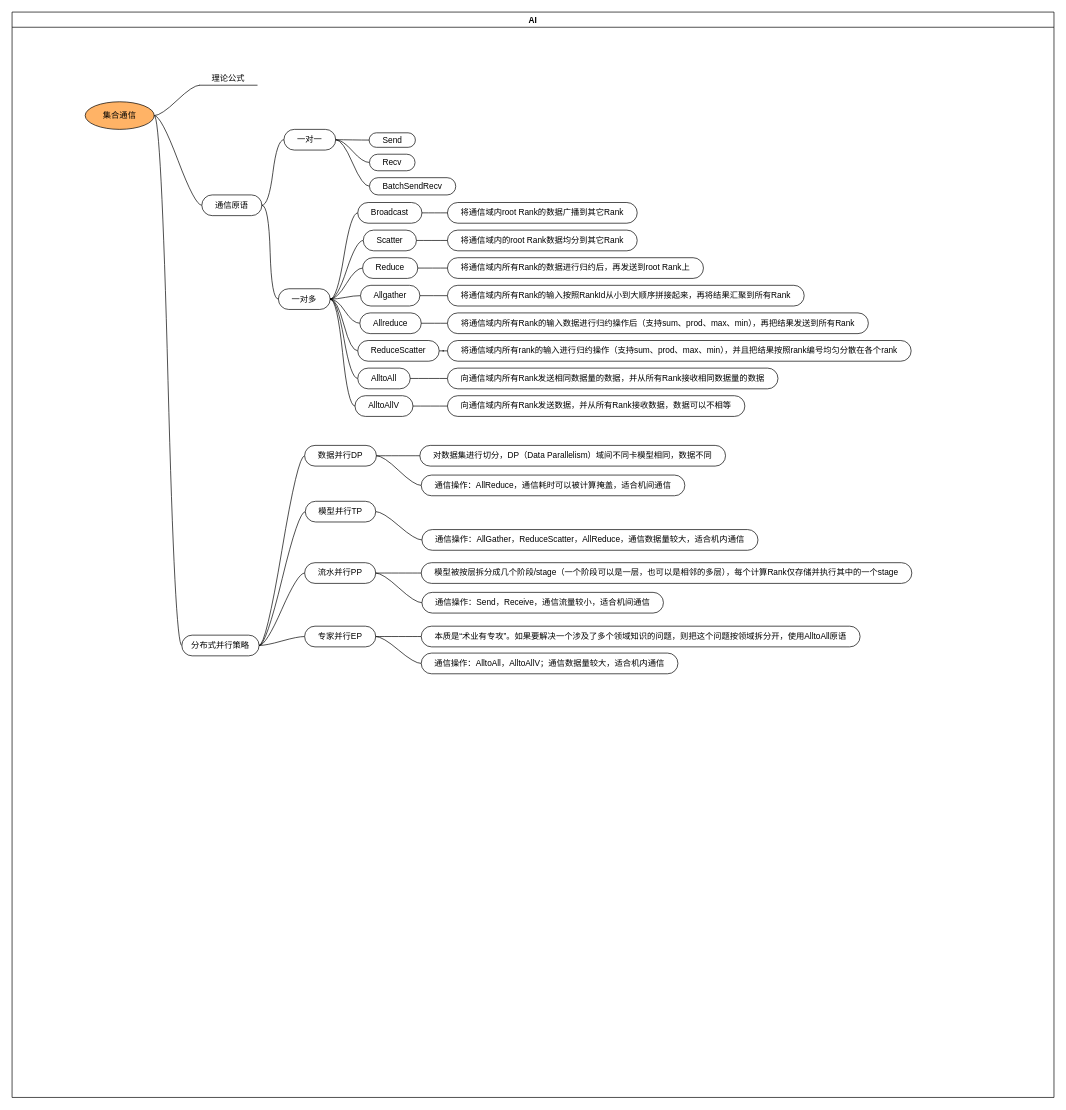
This is AI.drawio from lbk0116/AI, a draw.io file, before an edit. Source tidied: cells renumbered, new cells numbered last; positions are measured from the earlier drawing's top-left corner, leaving out a move shared by most shapes. Both pictures are drawn from the tidied source at 69%, with x=0, y=0 at pixel (12, 12).
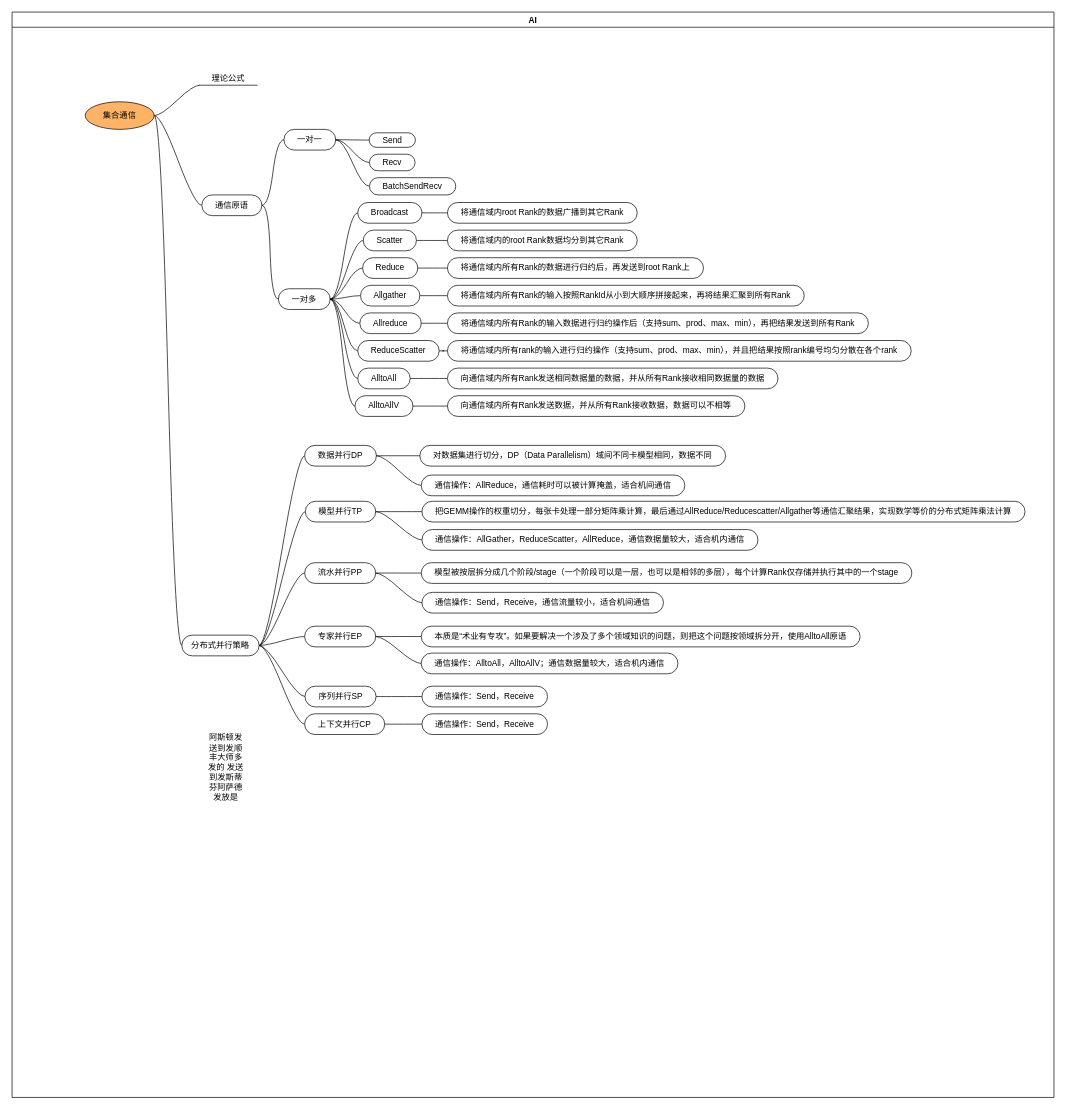
After the change.

The change refers to these unchanged cells:
```xml
<mxCell id="2" value="AI" style="swimlane;startSize=22;horizontal=1;containerType=tree;" parent="1" vertex="1">
  <mxGeometry width="1510" height="1573" as="geometry" />
</mxCell>
<mxCell id="50" value="分布式并行策略" style="whiteSpace=wrap;html=1;rounded=1;arcSize=50;align=center;verticalAlign=middle;strokeWidth=1;spacing=4;newEdgeStyle={&quot;edgeStyle&quot;:&quot;entityRelationEdgeStyle&quot;,&quot;startArrow&quot;:&quot;none&quot;,&quot;endArrow&quot;:&quot;none&quot;,&quot;segment&quot;:10,&quot;curved&quot;:1,&quot;sourcePerimeterSpacing&quot;:0,&quot;targetPerimeterSpacing&quot;:0};" parent="2" vertex="1">
  <mxGeometry x="246" y="903" width="112" height="30" as="geometry" />
</mxCell>
<mxCell id="59" value="模型并行TP" style="whiteSpace=wrap;html=1;rounded=1;arcSize=50;align=center;verticalAlign=middle;strokeWidth=1;spacing=4;newEdgeStyle={&quot;edgeStyle&quot;:&quot;entityRelationEdgeStyle&quot;,&quot;startArrow&quot;:&quot;none&quot;,&quot;endArrow&quot;:&quot;none&quot;,&quot;segment&quot;:10,&quot;curved&quot;:1,&quot;sourcePerimeterSpacing&quot;:0,&quot;targetPerimeterSpacing&quot;:0};" parent="2" vertex="1">
  <mxGeometry x="425" y="709" width="102" height="30" as="geometry" />
</mxCell>
```

What changed in the source:
```diff
@@
+    <mxCell id="74" style="edgeStyle=entityRelationEdgeStyle;startArrow=none;endArrow=none;segment=10;curved=1;sourcePerimeterSpacing=0;targetPerimeterSpacing=0;rounded=0;" parent="2" edge="1" source="50" target="75">
+      <mxGeometry relative="1" as="geometry" />
+    </mxCell>
+    <mxCell id="75" value="序列并行SP" style="whiteSpace=wrap;html=1;rounded=1;arcSize=50;align=center;verticalAlign=middle;strokeWidth=1;spacing=4;newEdgeStyle={&quot;edgeStyle&quot;:&quot;entityRelationEdgeStyle&quot;,&quot;startArrow&quot;:&quot;none&quot;,&quot;endArrow&quot;:&quot;none&quot;,&quot;segment&quot;:10,&quot;curved&quot;:1,&quot;sourcePerimeterSpacing&quot;:0,&quot;targetPerimeterSpacing&quot;:0};" parent="2" vertex="1">
+      <mxGeometry x="424.5" y="977" width="103" height="30" as="geometry" />
+    </mxCell>
+    <mxCell id="76" style="edgeStyle=entityRelationEdgeStyle;startArrow=none;endArrow=none;segment=10;curved=1;sourcePerimeterSpacing=0;targetPerimeterSpacing=0;rounded=0;" parent="2" edge="1" source="75" target="77">
+      <mxGeometry relative="1" as="geometry" />
+    </mxCell>
+    <mxCell id="77" value="&lt;div data-mind-map-text=&quot;[{&amp;quot;paragraphProps&amp;quot;:{&amp;quot;type&amp;quot;:&amp;quot;paragraph&amp;quot;,&amp;quot;textAlign&amp;quot;:0,&amp;quot;lineSpacing&amp;quot;:1.4},&amp;quot;isComplete&amp;quot;:true,&amp;quot;textProps&amp;quot;:[{&amp;quot;type&amp;quot;:&amp;quot;text&amp;quot;,&amp;quot;text&amp;quot;:&amp;quot;通信操作：Send，Receive&amp;quot;,&amp;quot;color&amp;quot;:&amp;quot;#1f1f1f&amp;quot;,&amp;quot;fontWeight&amp;quot;:400,&amp;quot;fontSize&amp;quot;:14,&amp;quot;fontFamily&amp;quot;:&amp;quot;\&amp;quot;Helvetica Neue\&amp;quot;, Helvetica, \&amp;quot;PingFang SC\&amp;quot;, \&amp;quot;Microsoft YaHei\&amp;quot;, \&amp;quot;Source Han Sans SC\&amp;quot;, \&amp;quot;Noto Sans CJK SC\&amp;quot;, \&amp;quot;WenQuanYi Micro Hei\&amp;quot;, sans-serif&amp;quot;,&amp;quot;italic&amp;quot;:false,&amp;quot;underline&amp;quot;:false,&amp;quot;strike&amp;quot;:false}]}]&quot;&gt;通信操作：Send，Receive&lt;/div&gt;" style="whiteSpace=wrap;html=1;rounded=1;arcSize=50;align=center;verticalAlign=middle;strokeWidth=1;spacing=4;newEdgeStyle={&quot;edgeStyle&quot;:&quot;entityRelationEdgeStyle&quot;,&quot;startArrow&quot;:&quot;none&quot;,&quot;endArrow&quot;:&quot;none&quot;,&quot;segment&quot;:10,&quot;curved&quot;:1,&quot;sourcePerimeterSpacing&quot;:0,&quot;targetPerimeterSpacing&quot;:0};" parent="2" vertex="1">
+      <mxGeometry x="594" y="977" width="182" height="30" as="geometry" />
+    </mxCell>
+    <mxCell id="78" style="edgeStyle=entityRelationEdgeStyle;startArrow=none;endArrow=none;segment=10;curved=1;sourcePerimeterSpacing=0;targetPerimeterSpacing=0;rounded=0;" parent="2" edge="1" source="50" target="79">
+      <mxGeometry relative="1" as="geometry" />
+    </mxCell>
+    <mxCell id="79" value="上下文并行CP" style="whiteSpace=wrap;html=1;rounded=1;arcSize=50;align=center;verticalAlign=middle;strokeWidth=1;spacing=4;newEdgeStyle={&quot;edgeStyle&quot;:&quot;entityRelationEdgeStyle&quot;,&quot;startArrow&quot;:&quot;none&quot;,&quot;endArrow&quot;:&quot;none&quot;,&quot;segment&quot;:10,&quot;curved&quot;:1,&quot;sourcePerimeterSpacing&quot;:0,&quot;targetPerimeterSpacing&quot;:0};" parent="2" vertex="1">
+      <mxGeometry x="424" y="1017" width="116" height="30" as="geometry" />
+    </mxCell>
+    <mxCell id="80" style="edgeStyle=entityRelationEdgeStyle;startArrow=none;endArrow=none;segment=10;curved=1;sourcePerimeterSpacing=0;targetPerimeterSpacing=0;rounded=0;" parent="2" edge="1" source="79" target="81">
+      <mxGeometry relative="1" as="geometry" />
+    </mxCell>
+    <mxCell id="81" value="&lt;div data-mind-map-text=&quot;[{&amp;quot;paragraphProps&amp;quot;:{&amp;quot;type&amp;quot;:&amp;quot;paragraph&amp;quot;,&amp;quot;textAlign&amp;quot;:0,&amp;quot;lineSpacing&amp;quot;:1.4},&amp;quot;isComplete&amp;quot;:true,&amp;quot;textProps&amp;quot;:[{&amp;quot;type&amp;quot;:&amp;quot;text&amp;quot;,&amp;quot;text&amp;quot;:&amp;quot;通信操作：Send，Receive&amp;quot;,&amp;quot;color&amp;quot;:&amp;quot;#1f1f1f&amp;quot;,&amp;quot;fontWeight&amp;quot;:400,&amp;quot;fontSize&amp;quot;:14,&amp;quot;fontFamily&amp;quot;:&amp;quot;\&amp;quot;Helvetica Neue\&amp;quot;, Helvetica, \&amp;quot;PingFang SC\&amp;quot;, \&amp;quot;Microsoft YaHei\&amp;quot;, \&amp;quot;Source Han Sans SC\&amp;quot;, \&amp;quot;Noto Sans CJK SC\&amp;quot;, \&amp;quot;WenQuanYi Micro Hei\&amp;quot;, sans-serif&amp;quot;,&amp;quot;italic&amp;quot;:false,&amp;quot;underline&amp;quot;:false,&amp;quot;strike&amp;quot;:false}]}]&quot;&gt;通信操作：Send，Receive&lt;/div&gt;" style="whiteSpace=wrap;html=1;rounded=1;arcSize=50;align=center;verticalAlign=middle;strokeWidth=1;spacing=4;newEdgeStyle={&quot;edgeStyle&quot;:&quot;entityRelationEdgeStyle&quot;,&quot;startArrow&quot;:&quot;none&quot;,&quot;endArrow&quot;:&quot;none&quot;,&quot;segment&quot;:10,&quot;curved&quot;:1,&quot;sourcePerimeterSpacing&quot;:0,&quot;targetPerimeterSpacing&quot;:0};" parent="2" vertex="1">
+      <mxGeometry x="594" y="1017" width="182" height="30" as="geometry" />
+    </mxCell>
+    <mxCell id="82" style="edgeStyle=entityRelationEdgeStyle;rounded=0;jettySize=auto;html=1;startArrow=none;endArrow=none;segment=10;curved=1;sourcePerimeterSpacing=0;targetPerimeterSpacing=0;exitX=0;exitY=0.5;exitDx=0;exitDy=0;entryX=1;entryY=0.5;entryDx=0;entryDy=0;" parent="2" edge="1" source="83" target="59">
+      <mxGeometry relative="1" as="geometry" />
+    </mxCell>
+    <mxCell id="83" value="&lt;div data-mind-map-text=&quot;[{&amp;quot;paragraphProps&amp;quot;:{&amp;quot;type&amp;quot;:&amp;quot;paragraph&amp;quot;,&amp;quot;textAlign&amp;quot;:0,&amp;quot;lineSpacing&amp;quot;:1.4},&amp;quot;isComplete&amp;quot;:true,&amp;quot;textProps&amp;quot;:[{&amp;quot;type&amp;quot;:&amp;quot;text&amp;quot;,&amp;quot;text&amp;quot;:&amp;quot;把GEMM操作的权重切分，每张卡处理一部分矩阵乘计算，最后通过AllReduce/Reducescatter/Allgather等通信汇聚结果，实现数学等价的分布式矩阵乘法计算&amp;quot;,&amp;quot;color&amp;quot;:&amp;quot;#1f1f1f&amp;quot;,&amp;quot;fontWeight&amp;quot;:400,&amp;quot;fontSize&amp;quot;:14,&amp;quot;fontFamily&amp;quot;:&amp;quot;\&amp;quot;Helvetica Neue\&amp;quot;, Helvetica, \&amp;quot;PingFang SC\&amp;quot;, \&amp;quot;Microsoft YaHei\&amp;quot;, \&amp;quot;Source Han Sans SC\&amp;quot;, \&amp;quot;Noto Sans CJK SC\&amp;quot;, \&amp;quot;WenQuanYi Micro Hei\&amp;quot;, sans-serif&amp;quot;,&amp;quot;italic&amp;quot;:false,&amp;quot;underline&amp;quot;:false,&amp;quot;strike&amp;quot;:false}]}]&quot;&gt;把GEMM操作的权重切分，每张卡处理一部分矩阵乘计算，最后通过AllReduce/Reducescatter/Allgather等通信汇聚结果，实现数学等价的分布式矩阵乘法计算&lt;/div&gt;" style="whiteSpace=wrap;html=1;rounded=1;arcSize=50;align=center;verticalAlign=middle;strokeWidth=1;spacing=4;newEdgeStyle={&quot;edgeStyle&quot;:&quot;entityRelationEdgeStyle&quot;,&quot;startArrow&quot;:&quot;none&quot;,&quot;endArrow&quot;:&quot;none&quot;,&quot;segment&quot;:10,&quot;curved&quot;:1,&quot;sourcePerimeterSpacing&quot;:0,&quot;targetPerimeterSpacing&quot;:0};" parent="2" vertex="1">
+      <mxGeometry x="594" y="709" width="874" height="30" as="geometry" />
+    </mxCell>
+    <mxCell id="84" value="阿斯顿发送到发顺丰大师多发的 发送到发斯蒂芬阿萨德发放是" style="text;html=1;whiteSpace=wrap;strokeColor=none;fillColor=none;align=center;verticalAlign=middle;rounded=0;" parent="1" vertex="1">
+      <mxGeometry x="280" y="1080" width="60" height="30" as="geometry" />
+    </mxCell>
```
